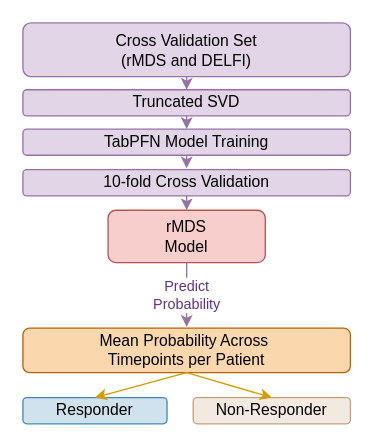
Above: epifluidlab/F3A.drawio in bananasrlowkeygood/bananasrlowkeygood.github.io (draw.io), before the change. Source tidied: cells renumbered, new cells numbered last; positions are measured from the earlier drawing's top-left corner, leaving out a move shared by most shapes. Both pictures are drawn from the tidied source at 131%, with x=0, y=0 at pixel (22, 22).
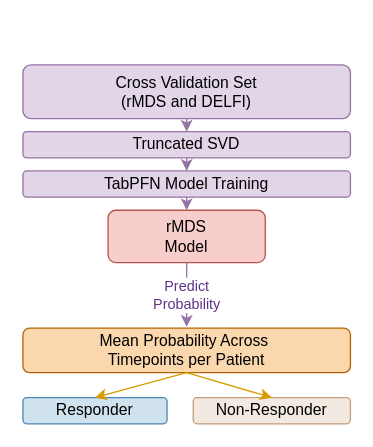
The same page after the edit.

Change to the diagram source:
```diff
@@
 <mxGraphModel>
   <root>
     <mxCell id="0" />
     <mxCell id="1" parent="0" />
     <mxCell id="2" value="Truncated SVD" style="rounded=1;whiteSpace=wrap;html=1;fillColor=#e1d5e7;strokeColor=#9673a6;" parent="1" vertex="1">
-      <mxGeometry y="51" width="250" height="20" as="geometry" />
+      <mxGeometry y="83" width="250" height="20" as="geometry" />
     </mxCell>
     <mxCell id="3" value="TabPFN Model Training" style="rounded=1;whiteSpace=wrap;html=1;fillColor=#e1d5e7;strokeColor=#9673a6;" parent="1" vertex="1">
-      <mxGeometry y="81" width="250" height="20" as="geometry" />
+      <mxGeometry y="113" width="250" height="20" as="geometry" />
     </mxCell>
     <mxCell id="4" value="rMDS&lt;div&gt;Model&lt;/div&gt;" style="rounded=1;whiteSpace=wrap;html=1;fillColor=#f8cecc;strokeColor=#b85450;" parent="1" vertex="1">
       <mxGeometry x="65" y="143" width="120" height="40" as="geometry" />
     </mxCell>
-    <mxCell id="5" value="10-fold Cross Validation" style="rounded=1;whiteSpace=wrap;html=1;fillColor=#e1d5e7;strokeColor=#9673a6;" parent="1" vertex="1">
-      <mxGeometry y="112" width="250" height="20" as="geometry" />
-    </mxCell>
     <mxCell id="6" style="endArrow=classic;html=1;rounded=0;exitX=0.5;exitY=1;exitDx=0;exitDy=0;entryX=0.5;entryY=0;entryDx=0;entryDy=0;fillColor=#e1d5e7;strokeColor=#9673a6;" parent="1" edge="1" target="2">
       <mxGeometry relative="1" as="geometry">
-        <mxPoint x="125" y="41" as="sourcePoint" />
+        <mxPoint x="125" y="73" as="sourcePoint" />
       </mxGeometry>
     </mxCell>
     <mxCell id="7" style="endArrow=classic;html=1;rounded=0;exitX=0.5;exitY=1;exitDx=0;exitDy=0;entryX=0.5;entryY=0;entryDx=0;entryDy=0;fillColor=#e1d5e7;strokeColor=#9673a6;" parent="1" edge="1" source="2" target="3">
       <mxGeometry relative="1" as="geometry" />
     </mxCell>
     <mxCell id="8" style="endArrow=classic;html=1;rounded=0;exitX=0.5;exitY=1;exitDx=0;exitDy=0;entryX=0.5;entryY=0;entryDx=0;entryDy=0;fillColor=#e1d5e7;strokeColor=#9673a6;" parent="1" edge="1" source="3">
       <mxGeometry relative="1" as="geometry">
-        <mxPoint x="125" y="111" as="targetPoint" />
+        <mxPoint x="125" y="143" as="targetPoint" />
       </mxGeometry>
     </mxCell>
     <mxCell id="9" value="&lt;span style=&quot;color: rgb(95, 51, 135);&quot;&gt;Predict&lt;/span&gt;&lt;div&gt;&lt;span style=&quot;color: rgb(95, 51, 135);&quot;&gt;Probability&lt;/span&gt;&lt;/div&gt;" style="endArrow=classic;html=1;rounded=0;exitX=0.5;exitY=1;exitDx=0;exitDy=0;entryX=0.5;entryY=0;entryDx=0;entryDy=0;fillColor=#e1d5e7;strokeColor=#9673a6;" parent="1" edge="1" source="4">
       <mxGeometry relative="1" as="geometry">
         <mxPoint x="125" y="232" as="targetPoint" />
       </mxGeometry>
     </mxCell>
     <mxCell id="10" value="&lt;span style=&quot;text-align: start; caret-color: rgb(0, 0, 0); color: rgb(0, 0, 0);&quot;&gt;Mean Probability Across&amp;nbsp;&lt;/span&gt;&lt;div&gt;&lt;span style=&quot;text-align: start; caret-color: rgb(0, 0, 0); color: rgb(0, 0, 0);&quot;&gt;Timepoints per Patient&lt;/span&gt;&lt;br&gt;&lt;/div&gt;" style="rounded=1;whiteSpace=wrap;html=1;fillColor=#fad7ac;strokeColor=#b46504;" parent="1" vertex="1">
       <mxGeometry y="233" width="250" height="34" as="geometry" />
     </mxCell>
     <mxCell id="11" value="Responder" style="rounded=1;whiteSpace=wrap;html=1;fillColor=#D0E2ED;strokeColor=#4687B9;" parent="1" vertex="1">
       <mxGeometry y="286" width="110" height="20" as="geometry" />
     </mxCell>
     <mxCell id="12" value="Non-Responder" style="rounded=1;whiteSpace=wrap;html=1;fillColor=#F2E9E0;strokeColor=#C39F7C;" parent="1" vertex="1">
       <mxGeometry x="130" y="286" width="120" height="20" as="geometry" />
     </mxCell>
     <mxCell id="13" style="endArrow=classic;html=1;rounded=0;exitX=0.5;exitY=1;exitDx=0;exitDy=0;entryX=0.5;entryY=0;entryDx=0;entryDy=0;fillColor=#ffe6cc;strokeColor=#d79b00;" parent="1" edge="1" source="10" target="11">
       <mxGeometry relative="1" as="geometry" />
     </mxCell>
     <mxCell id="14" style="endArrow=classic;html=1;rounded=0;exitX=0.5;exitY=1;exitDx=0;exitDy=0;entryX=0.5;entryY=0;entryDx=0;entryDy=0;fillColor=#ffe6cc;strokeColor=#d79b00;" parent="1" edge="1" source="10" target="12">
       <mxGeometry relative="1" as="geometry" />
     </mxCell>
     <mxCell id="15" value="Cross Validation Set&lt;div&gt;(rMDS and DELFI)&lt;/div&gt;" style="rounded=1;whiteSpace=wrap;html=1;fillColor=#e1d5e7;strokeColor=#9673a6;" parent="1" vertex="1">
-      <mxGeometry width="250" height="41" as="geometry" />
+      <mxGeometry y="32" width="250" height="41" as="geometry" />
     </mxCell>
-    <mxCell id="16" style="endArrow=classic;html=1;rounded=0;fillColor=#e1d5e7;strokeColor=#9673a6;exitX=0.5;exitY=1;exitDx=0;exitDy=0;" parent="1" edge="1" source="5">
-      <mxGeometry relative="1" as="geometry">
-        <mxPoint x="125" y="143" as="targetPoint" />
-      </mxGeometry>
-    </mxCell>
   </root>
 </mxGraphModel>
```
